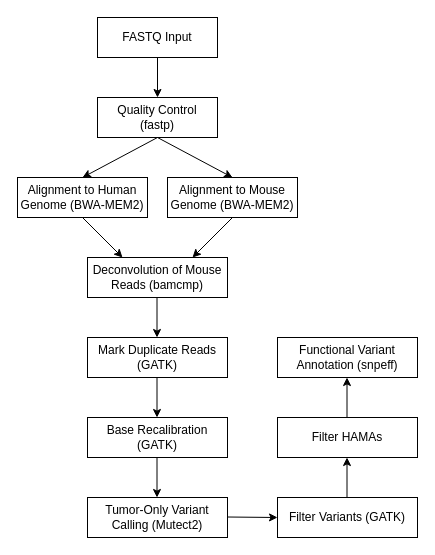
The draw.io diagram images/workflow.drawio in tylergross97/pdx_somatic_variant_calling, before the edit. Source tidied: cells renumbered, new cells numbered last; positions are measured from the earlier drawing's top-left corner, leaving out a move shared by most shapes. Both pictures are drawn from the tidied source at 100%, with x=0, y=0 at pixel (17, 17).
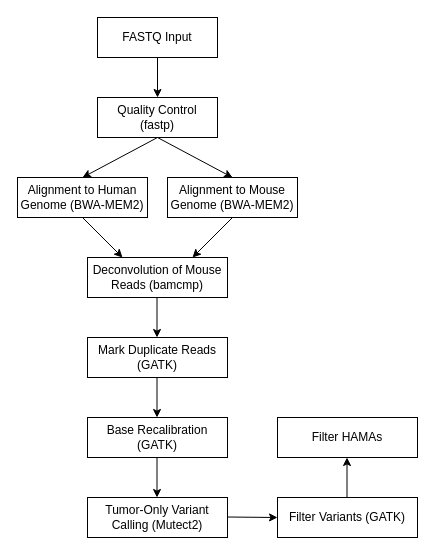
After the change.

What changed in the source:
```diff
@@
-<mxGraphModel>
+<mxGraphModel background="light-dark(#FFFFFF,#02120A)">
@@
-    <mxCell id="17" value="&lt;div&gt;Functional Variant Annotation (snpeff)&lt;/div&gt;" style="rounded=0;whiteSpace=wrap;html=1;" parent="1" vertex="1">
-      <mxGeometry x="260" y="320" width="140" height="40" as="geometry" />
-    </mxCell>
@@
-    <mxCell id="23" style="endArrow=classic;html=1;rounded=0;" parent="1" edge="1">
-      <mxGeometry relative="1" as="geometry">
-        <mxPoint x="329.5" y="400" as="sourcePoint" />
-        <mxPoint x="329.5" y="360" as="targetPoint" />
-      </mxGeometry>
-    </mxCell>
```
